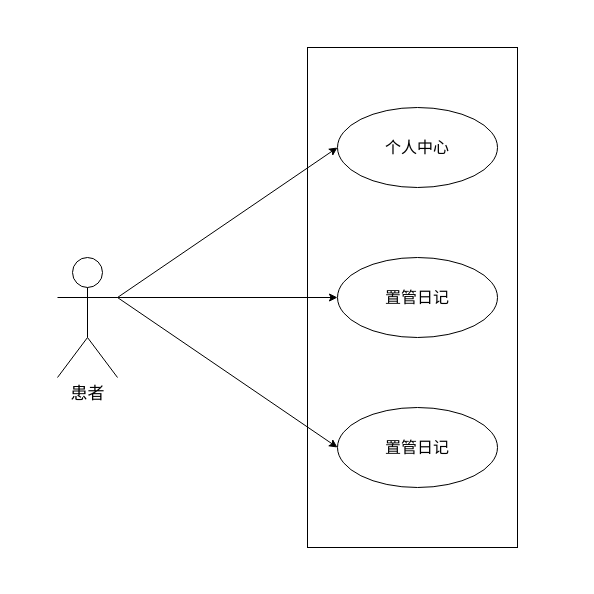
ssssszj/Drawio keeps this draw.io diagram as 毕设_用况图_患者端.drawio. Above is the earlier version. Source tidied: cells renumbered, new cells numbered last; positions are measured from the earlier drawing's top-left corner, leaving out a move shared by most shapes. Both pictures are drawn from the tidied source at 100%, with x=0, y=0 at pixel (57, 47).
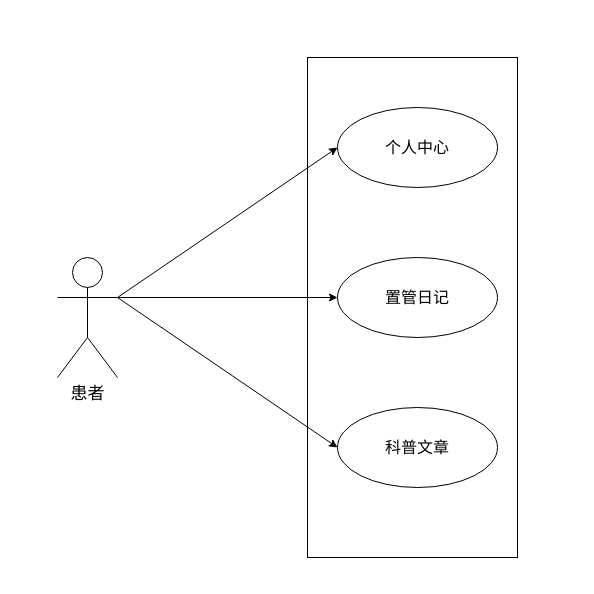
Above is the later version.

Commit message (it also covers changes not shown here):
更新毕设_用况图_患者端.drawio

What changed in the source:
```diff
@@
 <mxGraphModel>
   <root>
     <mxCell id="0" />
     <mxCell id="1" parent="0" />
+    <mxCell id="16" style="whiteSpace=wrap;html=1;strokeColor=none;" parent="1" vertex="1">
+      <mxGeometry x="-40" y="-30" width="560" height="560" as="geometry" />
+    </mxCell>
     <mxCell id="2" value="患者" style="shape=umlActor;verticalLabelPosition=bottom;verticalAlign=top;html=1;outlineConnect=0;fontSize=17;" parent="1" vertex="1">
       <mxGeometry y="210" width="60" height="120" as="geometry" />
     </mxCell>
     <mxCell id="3" style="endArrow=classic;html=1;rounded=0;exitX=1;exitY=0.3333333333333333;exitDx=0;exitDy=0;exitPerimeter=0;entryX=0;entryY=0.5;entryDx=0;entryDy=0;" parent="1" edge="1" source="2" target="6">
       <mxGeometry relative="1" as="geometry" />
     </mxCell>
     <mxCell id="4" style="endArrow=classic;html=1;rounded=0;entryX=0;entryY=0.5;entryDx=0;entryDy=0;exitX=1;exitY=0.3333333333333333;exitDx=0;exitDy=0;exitPerimeter=0;" parent="1" edge="1" source="2" target="9">
       <mxGeometry relative="1" as="geometry" />
     </mxCell>
     <mxCell id="5" style="group;" parent="1" vertex="1">
       <mxGeometry x="280" y="60" width="160" height="80" as="geometry" />
     </mxCell>
     <mxCell id="6" style="ellipse;whiteSpace=wrap;html=1;" parent="5" vertex="1">
       <mxGeometry width="160" height="80" as="geometry" />
     </mxCell>
     <mxCell id="7" value="&lt;font style=&quot;font-size: 16px;&quot;&gt;个人中心&lt;/font&gt;" style="text;html=1;align=center;verticalAlign=middle;whiteSpace=wrap;rounded=0;" parent="5" vertex="1">
       <mxGeometry x="35" y="25" width="90" height="30" as="geometry" />
     </mxCell>
     <mxCell id="8" style="group;" parent="1" vertex="1">
       <mxGeometry x="280" y="210" width="160" height="80" as="geometry" />
     </mxCell>
     <mxCell id="9" style="ellipse;whiteSpace=wrap;html=1;" parent="8" vertex="1">
       <mxGeometry width="160" height="80" as="geometry" />
     </mxCell>
     <mxCell id="10" value="&lt;font style=&quot;font-size: 16px;&quot;&gt;置管日记&lt;/font&gt;" style="text;html=1;align=center;verticalAlign=middle;whiteSpace=wrap;rounded=0;" parent="8" vertex="1">
       <mxGeometry x="45" y="25" width="70" height="30" as="geometry" />
     </mxCell>
     <mxCell id="11" style="endArrow=classic;html=1;rounded=0;entryX=0;entryY=0.5;entryDx=0;entryDy=0;exitX=1;exitY=0.3333333333333333;exitDx=0;exitDy=0;exitPerimeter=0;" parent="1" edge="1" source="2" target="13">
       <mxGeometry relative="1" as="geometry" />
     </mxCell>
     <mxCell id="12" style="group;" parent="1" vertex="1">
-      <mxGeometry x="280" y="360" width="160" height="80" as="geometry" />
+      <mxGeometry x="280" y="360" width="180" height="120" as="geometry" />
     </mxCell>
     <mxCell id="13" style="ellipse;whiteSpace=wrap;html=1;" parent="12" vertex="1">
       <mxGeometry width="160" height="80" as="geometry" />
     </mxCell>
-    <mxCell id="14" value="&lt;font style=&quot;font-size: 16px;&quot;&gt;置管日记&lt;/font&gt;" style="text;html=1;align=center;verticalAlign=middle;whiteSpace=wrap;rounded=0;" parent="12" vertex="1">
+    <mxCell id="14" value="&lt;font style=&quot;font-size: 16px;&quot;&gt;科普文章&lt;/font&gt;" style="text;html=1;align=center;verticalAlign=middle;whiteSpace=wrap;rounded=0;" parent="12" vertex="1">
       <mxGeometry x="45" y="25" width="70" height="30" as="geometry" />
     </mxCell>
-    <mxCell id="15" style="rounded=0;whiteSpace=wrap;html=1;fillColor=none;" parent="1" vertex="1">
-      <mxGeometry x="250" width="210" height="500" as="geometry" />
+    <mxCell id="15" style="rounded=0;whiteSpace=wrap;html=1;fillColor=none;" parent="12" vertex="1">
+      <mxGeometry x="-30" y="-350" width="210" height="500" as="geometry" />
     </mxCell>
   </root>
 </mxGraphModel>
```
